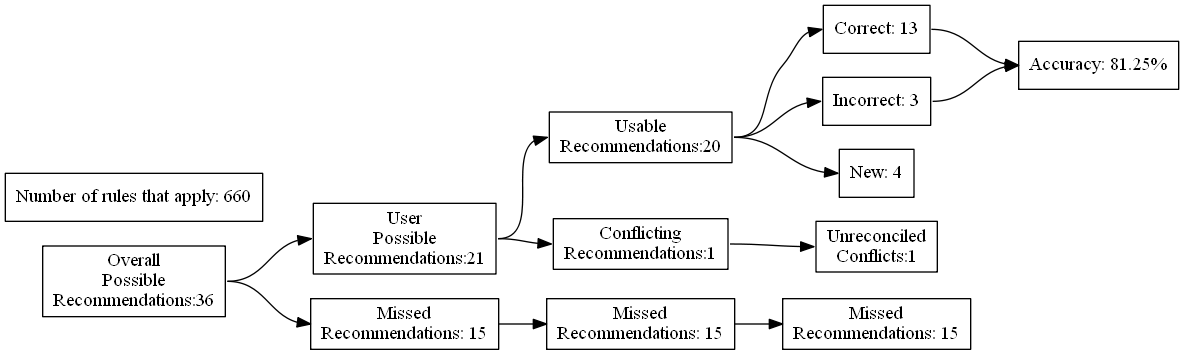
The Graphviz diagram test_renders/3.gv.png in ZaxR/ibd_diet_analysis, before a commit. Its source is kept beside it as test_renders/3.gv.
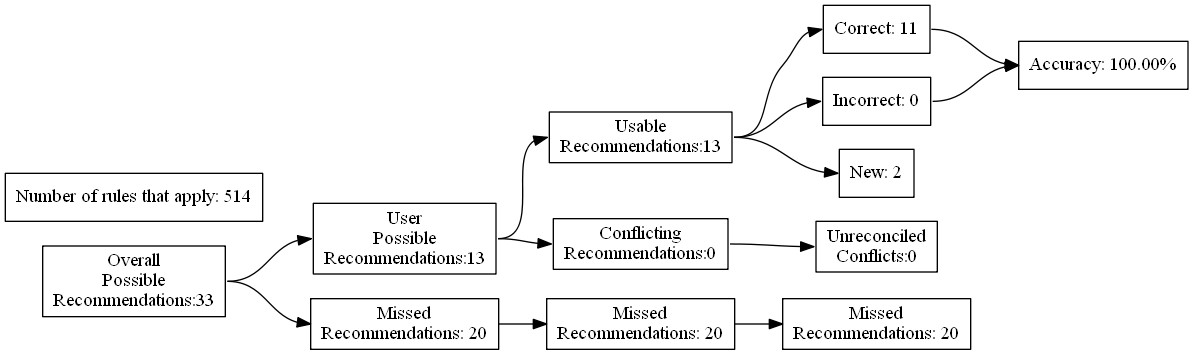
The same diagram one commit later.

Change to the diagram source:
```diff
@@ -4,27 +4,27 @@
 	edge [headport=w tailport=e]
 		A [label="Overall
 Possible
-Recommendations:36"]
+Recommendations:33"]
 		B [label="User
 Possible
-Recommendations:21"]
+Recommendations:13"]
 		C [label="Missed
-Recommendations: 15"]
+Recommendations: 20"]
 		D [label="Usable
-Recommendations:20"]
+Recommendations:13"]
 		E [label="Conflicting
-Recommendations:1"]
+Recommendations:0"]
 		J [label="Missed
-Recommendations: 15"]
+Recommendations: 20"]
 		M [label="Unreconciled
-Conflicts:1"]
-		F [label="Correct: 13"]
-		G [label="Incorrect: 3"]
-		H [label="New: 4"]
+Conflicts:0"]
+		F [label="Correct: 11"]
+		G [label="Incorrect: 0"]
+		H [label="New: 2"]
 		K [label="Missed
-Recommendations: 15"]
-		I [label="Accuracy: 81.25%"]
-		l [label="Number of rules that apply: 660"]
+Recommendations: 20"]
+		I [label="Accuracy: 100.00%"]
+		l [label="Number of rules that apply: 514"]
 			A -> B
 			A -> C
 			B -> D
```
